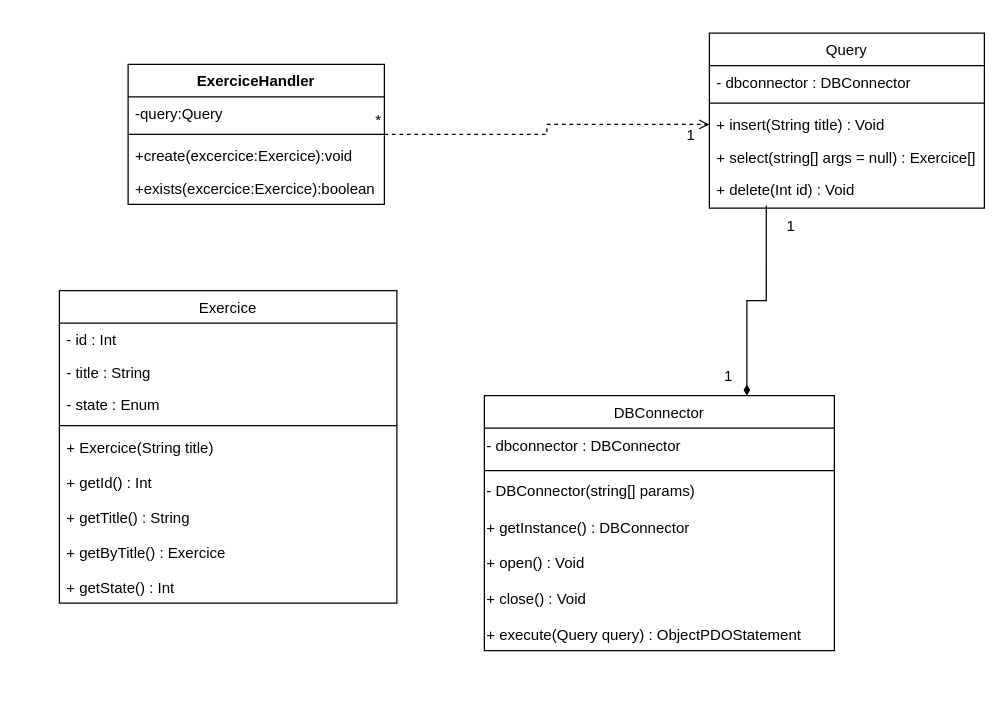
The draw.io diagram Documentation/DiagrammeClasse_JBD.drawio in CPNV-ES/MAW1.1-JLR-JBD, before the edit. Source tidied: cells renumbered, new cells numbered last; positions are measured from the earlier drawing's top-left corner, leaving out a move shared by most shapes. Both pictures are drawn from the tidied source at 125%, with x=0, y=0 at pixel (59, 32).
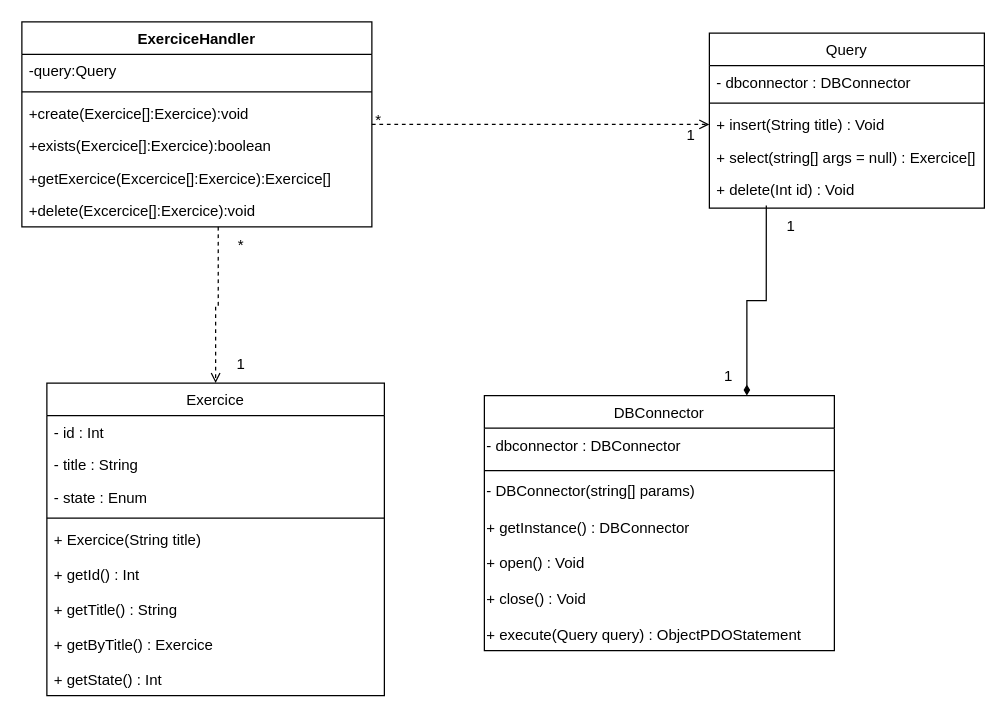
The same page after the edit.

Commit message (it also covers changes not shown here):
Edited TDDs and changed diagram class

The edit, as a diff of the source:
```diff
@@
     <mxCell id="2" value="Exercice" style="swimlane;fontStyle=0;align=center;verticalAlign=top;horizontal=1;startSize=26;rounded=0;shadow=0;strokeWidth=1;" parent="1" vertex="1">
-      <mxGeometry y="206" width="270" height="250" as="geometry" />
+      <mxGeometry x="-10" y="280" width="270" height="250" as="geometry" />
     </mxCell>
@@
     <mxCell id="24" value="ExerciceHandler" style="swimlane;fontStyle=1;align=center;verticalAlign=top;horizontal=1;startSize=26;" parent="1" vertex="1">
-      <mxGeometry x="55" y="25" width="205" height="112" as="geometry" />
+      <mxGeometry x="-30" y="-9" width="280" height="164" as="geometry" />
     </mxCell>
     <mxCell id="25" value="-query:Query" style="text;strokeColor=none;fillColor=none;align=left;verticalAlign=top;spacingLeft=4;spacingRight=4;overflow=hidden;" parent="24" vertex="1">
-      <mxGeometry y="26" width="205" height="26" as="geometry" />
+      <mxGeometry y="26" width="280" height="26" as="geometry" />
     </mxCell>
     <mxCell id="26" style="line;strokeWidth=1;fillColor=none;align=left;verticalAlign=middle;spacingTop=-1;spacingLeft=3;spacingRight=3;labelPosition=right;strokeColor=inherit;" parent="24" vertex="1">
-      <mxGeometry y="52" width="205" height="8" as="geometry" />
+      <mxGeometry y="52" width="280" height="8" as="geometry" />
     </mxCell>
-    <mxCell id="27" value="+create(excercice:Exercice):void" style="text;strokeColor=none;fillColor=none;align=left;verticalAlign=top;spacingLeft=4;spacingRight=4;overflow=hidden;" parent="24" vertex="1">
-      <mxGeometry y="60" width="205" height="26" as="geometry" />
+    <mxCell id="27" value="+create(Exercice[]:Exercice):void" style="text;strokeColor=none;fillColor=none;align=left;verticalAlign=top;spacingLeft=4;spacingRight=4;overflow=hidden;" parent="24" vertex="1">
+      <mxGeometry y="60" width="280" height="26" as="geometry" />
     </mxCell>
-    <mxCell id="28" value="+exists(excercice:Exercice):boolean" style="text;strokeColor=none;fillColor=none;align=left;verticalAlign=top;spacingLeft=4;spacingRight=4;overflow=hidden;" parent="24" vertex="1">
-      <mxGeometry y="86" width="205" height="26" as="geometry" />
+    <mxCell id="28" value="+exists(Exercice[]:Exercice):boolean" style="text;strokeColor=none;fillColor=none;align=left;verticalAlign=top;spacingLeft=4;spacingRight=4;overflow=hidden;" parent="24" vertex="1">
+      <mxGeometry y="86" width="280" height="26" as="geometry" />
     </mxCell>
+    <mxCell id="29" value="+getExercice(Excercice[]:Exercice):Exercice[]" style="text;strokeColor=none;fillColor=none;align=left;verticalAlign=top;spacingLeft=4;spacingRight=4;overflow=hidden;" parent="24" vertex="1">
+      <mxGeometry y="112" width="280" height="26" as="geometry" />
+    </mxCell>
+    <mxCell id="30" value="+delete(Excercice[]:Exercice):void" style="text;strokeColor=none;fillColor=none;align=left;verticalAlign=top;spacingLeft=4;spacingRight=4;overflow=hidden;points=[[0,0.5],[1,0.5]];portConstraint=eastwest;" parent="24" vertex="1">
+      <mxGeometry y="138" width="280" height="26" as="geometry" />
+    </mxCell>
+    <mxCell id="31" style="edgeStyle=orthogonalEdgeStyle;rounded=0;jettySize=auto;html=1;exitX=0.561;exitY=1;exitDx=0;exitDy=0;entryX=0.5;entryY=0;entryDx=0;entryDy=0;startArrow=none;startFill=0;endArrow=open;endFill=0;dashed=1;exitPerimeter=0;" parent="1" edge="1" source="30" target="2">
+      <mxGeometry relative="1" as="geometry" />
+    </mxCell>
+    <mxCell id="32" value="*" style="text;html=1;align=center;verticalAlign=middle;strokeColor=none;fillColor=none;" parent="1" vertex="1">
+      <mxGeometry x="130" y="155" width="30" height="30" as="geometry" />
+    </mxCell>
+    <mxCell id="33" value="1" style="text;html=1;align=center;verticalAlign=middle;strokeColor=none;fillColor=none;" parent="1" vertex="1">
+      <mxGeometry x="130" y="250" width="30" height="30" as="geometry" />
+    </mxCell>
```
